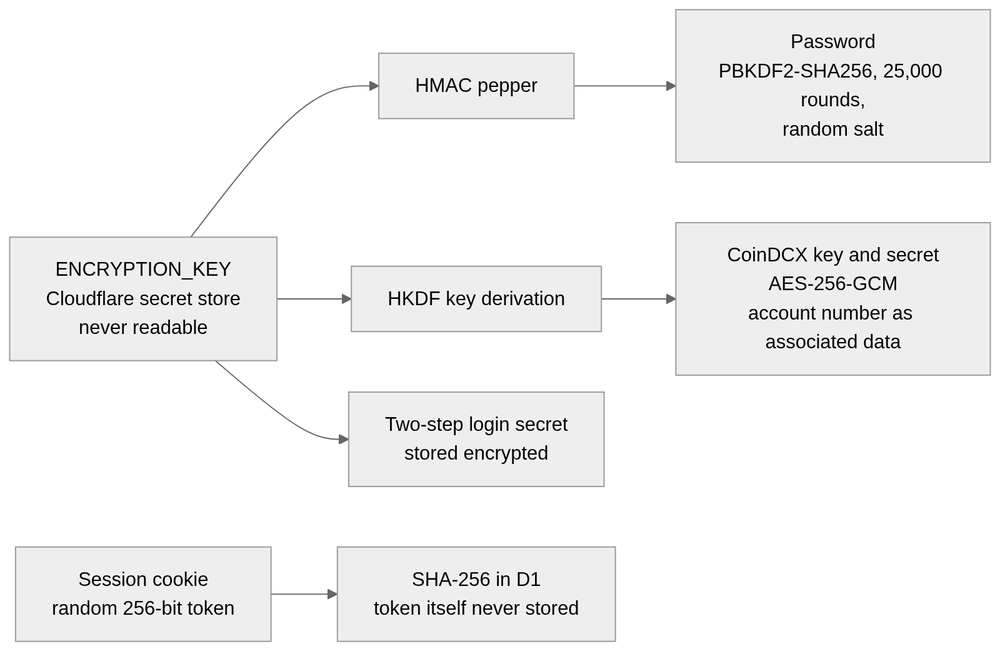
This is docs/images/diagrams/security-keys.png from shivam65-sketch/medusa, a Mermaid export, as it was before one commit. Its source is kept beside it as docs/diagrams/security-keys.mmd. Source of this version:
```mermaid
%%{init: {"theme": "neutral"}}%%
flowchart LR
  EK["ENCRYPTION_KEY<br>Cloudflare secret store<br>never readable"]
  EK --> PEP["HMAC pepper"] --> PW["Password<br>PBKDF2-SHA256, 25,000 rounds,<br>random salt"]
  EK --> HK["HKDF key derivation"] --> AES["CoinDCX key and secret<br>AES-256-GCM<br>account number as associated data"]
  EK --> TOTP["Two-step login secret<br>stored encrypted"]
  C["Session cookie<br>random 256-bit token"] --> SH["SHA-256 in D1<br>token itself never stored"]
```
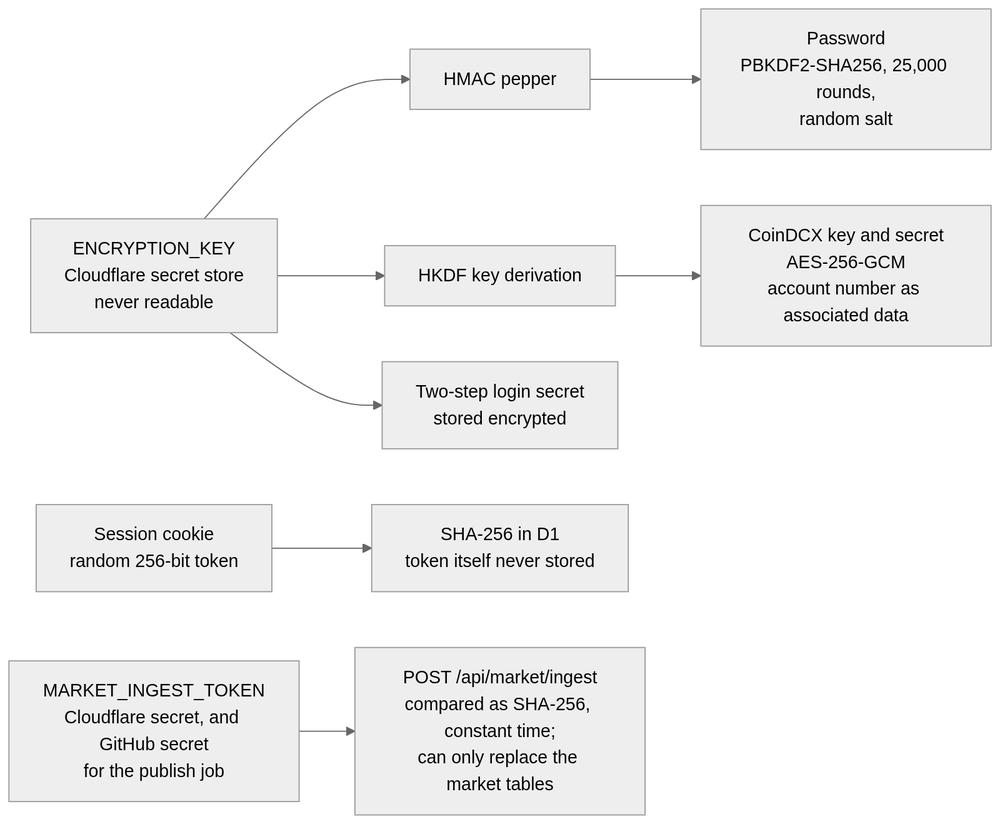
The same file after the commit.

The edit, as a diff of the source:
```diff
@@ -5,3 +5,4 @@
   EK --> HK["HKDF key derivation"] --> AES["CoinDCX key and secret<br>AES-256-GCM<br>account number as associated data"]
   EK --> TOTP["Two-step login secret<br>stored encrypted"]
   C["Session cookie<br>random 256-bit token"] --> SH["SHA-256 in D1<br>token itself never stored"]
+  MT["MARKET_INGEST_TOKEN<br>Cloudflare secret, and GitHub secret<br>for the publish job"] --> ING["POST /api/market/ingest<br>compared as SHA-256, constant time;<br>can only replace the market tables"]
```
